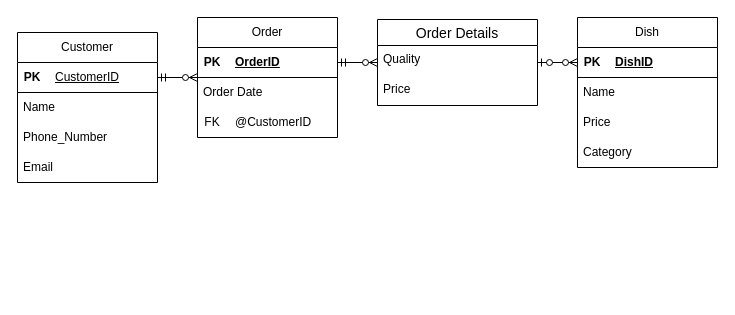
Above: page "Page-1" (1 of 4) of 未命名绘图.drawio in juliaxiahaha/Introduction-to-Databases (draw.io), before the change. Source tidied: cells renumbered, new cells numbered last; positions are measured from the earlier drawing's top-left corner, leaving out a move shared by most shapes. Both pictures are drawn from the tidied source at 100%, with x=0, y=0 at pixel (17, 17).
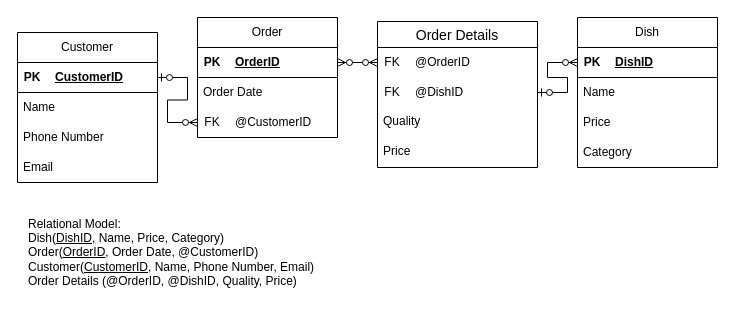
The same diagram, later.

The change refers to these unchanged cells:
```xml
<mxCell id="4" style="shape=tableRow;horizontal=0;startSize=0;swimlaneHead=0;swimlaneBody=0;fillColor=none;points=[[0,0.5],[1,0.5]];portConstraint=eastwest;top=0;left=0;right=0;bottom=1;" parent="3" vertex="1">
  <mxGeometry width="140" height="30" as="geometry" />
</mxCell>
<mxCell id="10" value="Customer" style="swimlane;fontStyle=0;horizontal=1;startSize=30;whiteSpace=wrap;html=1;" parent="1" vertex="1">
  <mxGeometry y="15" width="140" height="150" as="geometry" />
</mxCell>
<mxCell id="12" style="shape=tableRow;horizontal=0;startSize=0;swimlaneHead=0;swimlaneBody=0;fillColor=none;points=[[0,0.5],[1,0.5]];portConstraint=eastwest;top=0;left=0;right=0;bottom=1;" parent="11" vertex="1">
  <mxGeometry width="140" height="30" as="geometry" />
</mxCell>
<mxCell id="18" value="Order" style="swimlane;fontStyle=0;horizontal=1;startSize=30;whiteSpace=wrap;html=1;" parent="1" vertex="1">
  <mxGeometry x="180" width="140" height="120" as="geometry" />
</mxCell>
<mxCell id="20" style="shape=tableRow;horizontal=0;startSize=0;swimlaneHead=0;swimlaneBody=0;fillColor=none;points=[[0,0.5],[1,0.5]];portConstraint=eastwest;top=0;left=0;right=0;bottom=1;" parent="19" vertex="1">
  <mxGeometry width="140" height="30" as="geometry" />
</mxCell>
<mxCell id="25" style="shape=tableRow;horizontal=0;startSize=0;swimlaneHead=0;swimlaneBody=0;fillColor=none;points=[[0,0.5],[1,0.5]];portConstraint=eastwest;top=0;left=0;right=0;bottom=0;" parent="24" vertex="1">
  <mxGeometry width="140" height="30" as="geometry" />
</mxCell>
```

What changed in the source:
```diff
@@
-    <mxCell id="14" value="&lt;u style=&quot;font-weight: 400;&quot;&gt;CustomerID&lt;/u&gt;" style="shape=partialRectangle;fillColor=none;top=0;left=0;bottom=0;right=0;align=left;spacingLeft=6;fontStyle=5;overflow=hidden;whiteSpace=wrap;html=1;" parent="12" vertex="1">
+    <mxCell id="14" value="&lt;u style=&quot;&quot;&gt;CustomerID&lt;/u&gt;" style="shape=partialRectangle;fillColor=none;top=0;left=0;bottom=0;right=0;align=left;spacingLeft=6;fontStyle=5;overflow=hidden;whiteSpace=wrap;html=1;" parent="12" vertex="1">
       <mxGeometry x="30" width="110" height="30" as="geometry" />
     </mxCell>
@@
-    <mxCell id="16" value="Phone_Number" style="text;strokeColor=none;fillColor=none;align=left;verticalAlign=middle;spacingLeft=4;spacingRight=4;overflow=hidden;whiteSpace=wrap;html=1;" parent="10" vertex="1">
+    <mxCell id="16" value="Phone Number" style="text;strokeColor=none;fillColor=none;align=left;verticalAlign=middle;spacingLeft=4;spacingRight=4;overflow=hidden;whiteSpace=wrap;html=1;" parent="10" vertex="1">
       <mxGeometry y="90" width="140" height="30" as="geometry" />
     </mxCell>
@@
     <mxCell id="28" value="Order Details" style="swimlane;fontStyle=0;horizontal=1;startSize=26;align=center;fontSize=14;" parent="1" vertex="1">
-      <mxGeometry x="360" y="2" width="160" height="86" as="geometry" />
+      <mxGeometry x="360" y="4" width="160" height="146" as="geometry" />
     </mxCell>
+    <mxCell id="34" style="shape=table;startSize=0;childLayout=tableLayout;rowLines=0;fontStyle=0;align=center;strokeColor=none;fillColor=none;" parent="28" vertex="1">
+      <mxGeometry y="26" width="160" height="60" as="geometry" />
+    </mxCell>
+    <mxCell id="35" style="shape=tableRow;horizontal=0;startSize=0;swimlaneHead=0;swimlaneBody=0;fillColor=none;points=[[0,0.5],[1,0.5]];portConstraint=eastwest;top=0;left=0;right=0;bottom=0;" parent="34" vertex="1">
+      <mxGeometry width="160" height="30" as="geometry" />
+    </mxCell>
+    <mxCell id="36" value="FK" style="shape=partialRectangle;fillColor=none;top=0;left=0;bottom=0;right=0;fontStyle=0;overflow=hidden;whiteSpace=wrap;html=1;" parent="35" vertex="1">
+      <mxGeometry width="30" height="30" as="geometry" />
+    </mxCell>
+    <mxCell id="37" value="@OrderID" style="shape=partialRectangle;fillColor=none;top=0;left=0;bottom=0;right=0;align=left;spacingLeft=6;fontStyle=0;overflow=hidden;whiteSpace=wrap;html=1;" parent="35" vertex="1">
+      <mxGeometry x="30" width="130" height="30" as="geometry" />
+    </mxCell>
+    <mxCell id="38" style="shape=tableRow;horizontal=0;startSize=0;swimlaneHead=0;swimlaneBody=0;fillColor=none;points=[[0,0.5],[1,0.5]];portConstraint=eastwest;top=0;left=0;right=0;bottom=0;" parent="34" vertex="1">
+      <mxGeometry y="30" width="160" height="30" as="geometry" />
+    </mxCell>
+    <mxCell id="39" value="FK" style="shape=partialRectangle;fillColor=none;top=0;left=0;bottom=0;right=0;fontStyle=0;overflow=hidden;whiteSpace=wrap;html=1;" parent="38" vertex="1">
+      <mxGeometry width="30" height="30" as="geometry" />
+    </mxCell>
+    <mxCell id="40" value="@DishID" style="shape=partialRectangle;fillColor=none;top=0;left=0;bottom=0;right=0;align=left;spacingLeft=6;fontStyle=0;overflow=hidden;whiteSpace=wrap;html=1;" parent="38" vertex="1">
+      <mxGeometry x="30" width="130" height="30" as="geometry" />
+    </mxCell>
     <mxCell id="29" value="Quality" style="text;strokeColor=none;fillColor=none;spacingLeft=4;spacingRight=4;overflow=hidden;fontSize=12;whiteSpace=wrap;html=1;" parent="28" vertex="1">
-      <mxGeometry y="26" width="160" height="30" as="geometry" />
+      <mxGeometry y="86" width="160" height="30" as="geometry" />
     </mxCell>
     <mxCell id="30" value="Price" style="text;strokeColor=none;fillColor=none;spacingLeft=4;spacingRight=4;overflow=hidden;fontSize=12;whiteSpace=wrap;html=1;" parent="28" vertex="1">
-      <mxGeometry y="56" width="160" height="30" as="geometry" />
+      <mxGeometry y="116" width="160" height="30" as="geometry" />
     </mxCell>
-    <mxCell id="31" style="edgeStyle=entityRelationEdgeStyle;fontSize=12;html=1;endArrow=ERzeroToMany;startArrow=ERmandOne;rounded=0;exitX=1;exitY=0.5;exitDx=0;exitDy=0;" parent="1" edge="1" source="20" target="28">
-      <mxGeometry relative="1" as="geometry" />
-    </mxCell>
-    <mxCell id="32" style="edgeStyle=entityRelationEdgeStyle;fontSize=12;html=1;endArrow=ERzeroToMany;startArrow=ERzeroToOne;rounded=0;" parent="1" edge="1" source="28" target="4">
-      <mxGeometry relative="1" as="geometry" />
-    </mxCell>
-    <mxCell id="33" style="edgeStyle=entityRelationEdgeStyle;fontSize=12;html=1;endArrow=ERzeroToMany;startArrow=ERmandOne;rounded=0;" parent="1" edge="1" source="12" target="18">
-      <mxGeometry relative="1" as="geometry">
-        <Array as="points">
-          <mxPoint x="220" y="395" />
-        </Array>
-      </mxGeometry>
-    </mxCell>
+    <mxCell id="41" value="Relational Model:&lt;div&gt;Dish(&lt;u&gt;DishID,&lt;/u&gt;&amp;nbsp;Name, Price, Category&lt;span style=&quot;background-color: transparent; color: light-dark(rgb(0, 0, 0), rgb(255, 255, 255));&quot;&gt;)&lt;/span&gt;&lt;/div&gt;&lt;div&gt;&lt;span style=&quot;background-color: transparent; color: light-dark(rgb(0, 0, 0), rgb(255, 255, 255));&quot;&gt;Order(&lt;u&gt;OrderID&lt;/u&gt;, Order Date, @CustomerID)&lt;/span&gt;&lt;/div&gt;&lt;div&gt;&lt;span style=&quot;background-color: transparent; color: light-dark(rgb(0, 0, 0), rgb(255, 255, 255));&quot;&gt;Customer(&lt;u&gt;CustomerID&lt;/u&gt;, Name, Phone Number, Email)&lt;/span&gt;&lt;/div&gt;&lt;div&gt;&lt;span style=&quot;background-color: transparent; color: light-dark(rgb(0, 0, 0), rgb(255, 255, 255));&quot;&gt;Order Details (@OrderID, @DishID, Quality, Price)&lt;/span&gt;&lt;/div&gt;" style="text;html=1;align=left;verticalAlign=middle;strokeColor=none;fillColor=none;" parent="1" vertex="1">
+      <mxGeometry x="9" y="190" width="310" height="90" as="geometry" />
+    </mxCell>
+    <mxCell id="42" style="edgeStyle=entityRelationEdgeStyle;fontSize=12;html=1;endArrow=ERzeroToMany;startArrow=ERzeroToOne;rounded=0;exitX=1;exitY=0.5;exitDx=0;exitDy=0;" parent="1" edge="1" source="12" target="25">
+      <mxGeometry relative="1" as="geometry" />
+    </mxCell>
+    <mxCell id="43" style="edgeStyle=entityRelationEdgeStyle;fontSize=12;html=1;endArrow=ERzeroToMany;endFill=1;startArrow=ERzeroToMany;rounded=0;" parent="1" edge="1" source="20" target="35">
+      <mxGeometry relative="1" as="geometry">
+        <Array as="points">
+          <mxPoint x="451" y="522" />
+          <mxPoint x="471" y="462" />
+        </Array>
+      </mxGeometry>
+    </mxCell>
+    <mxCell id="44" style="edgeStyle=entityRelationEdgeStyle;fontSize=12;html=1;endArrow=ERzeroToMany;startArrow=ERzeroToOne;rounded=0;exitX=1;exitY=0.5;exitDx=0;exitDy=0;entryX=0;entryY=0.5;entryDx=0;entryDy=0;" parent="1" edge="1" source="38" target="4">
+      <mxGeometry relative="1" as="geometry" />
+    </mxCell>
```
